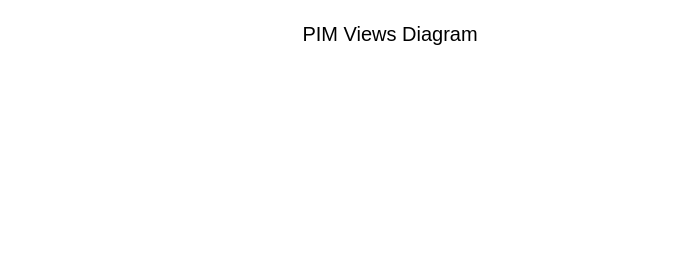
This is ReChargeApiDocs/PIM View Diagrams.drawio from alexrsunrise/diagrams, a draw.io file, before an edit. Source tidied: cells renumbered, new cells numbered last; positions are measured from the earlier drawing's top-left corner, leaving out a move shared by most shapes. Both pictures are drawn from the tidied source at 125%, with x=0, y=0 at pixel (121, 21).
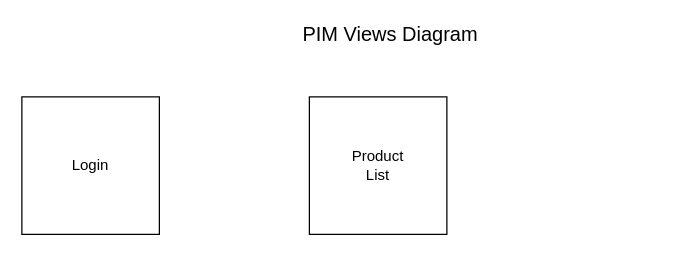
The same diagram, later.

The edit, as a diff of the source:
```diff
@@
 <mxGraphModel>
   <root>
     <mxCell id="0" />
     <mxCell id="1" parent="0" />
     <mxCell id="2" value="&lt;font style=&quot;font-size: 16px&quot;&gt;PIM Views Diagram&lt;/font&gt;" style="text;html=1;strokeColor=none;fillColor=none;align=center;verticalAlign=middle;whiteSpace=wrap;rounded=0;" parent="1" vertex="1">
       <mxGeometry width="430" height="20" as="geometry" />
     </mxCell>
+    <mxCell id="3" style="whiteSpace=wrap;html=1;" parent="1" vertex="1">
+      <mxGeometry x="-80" y="60" width="110" height="110" as="geometry" />
+    </mxCell>
+    <mxCell id="4" value="Login" style="text;html=1;strokeColor=none;fillColor=none;align=center;verticalAlign=middle;whiteSpace=wrap;rounded=0;" parent="1" vertex="1">
+      <mxGeometry x="-45" y="105" width="40" height="20" as="geometry" />
+    </mxCell>
+    <mxCell id="5" style="whiteSpace=wrap;html=1;" parent="1" vertex="1">
+      <mxGeometry x="150" y="60" width="110" height="110" as="geometry" />
+    </mxCell>
+    <mxCell id="6" value="Product List" style="text;html=1;strokeColor=none;fillColor=none;align=center;verticalAlign=middle;whiteSpace=wrap;rounded=0;" parent="1" vertex="1">
+      <mxGeometry x="185" y="105" width="40" height="20" as="geometry" />
+    </mxCell>
   </root>
 </mxGraphModel>
```
